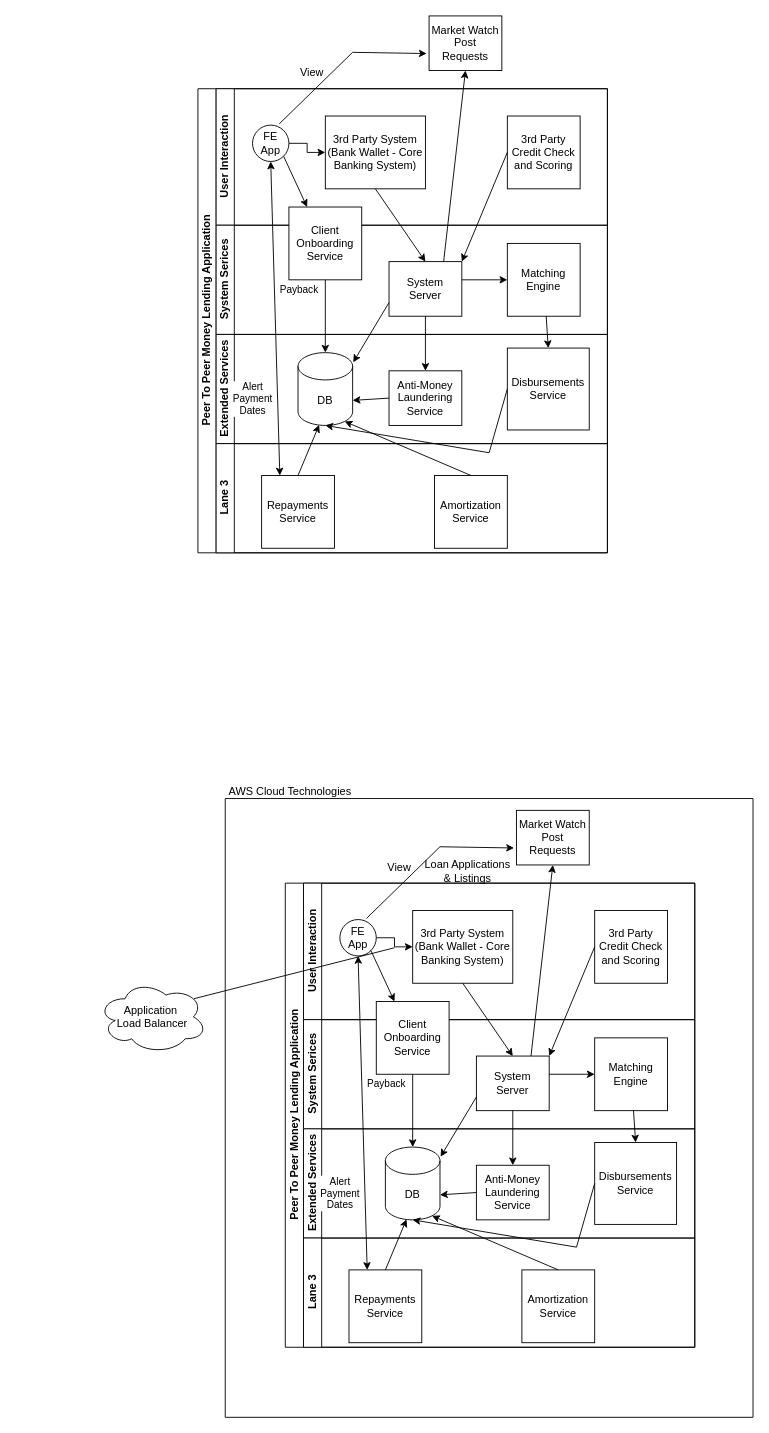
Earlier version of the draw.io diagram src/P2P.drawio (marlonmilesmg/maven-marlon). Source tidied: cells renumbered, new cells numbered last; positions are measured from the earlier drawing's top-left corner, leaving out a move shared by most shapes. Both pictures are drawn from the tidied source at 91%, with x=0, y=0 at pixel (97, 15).
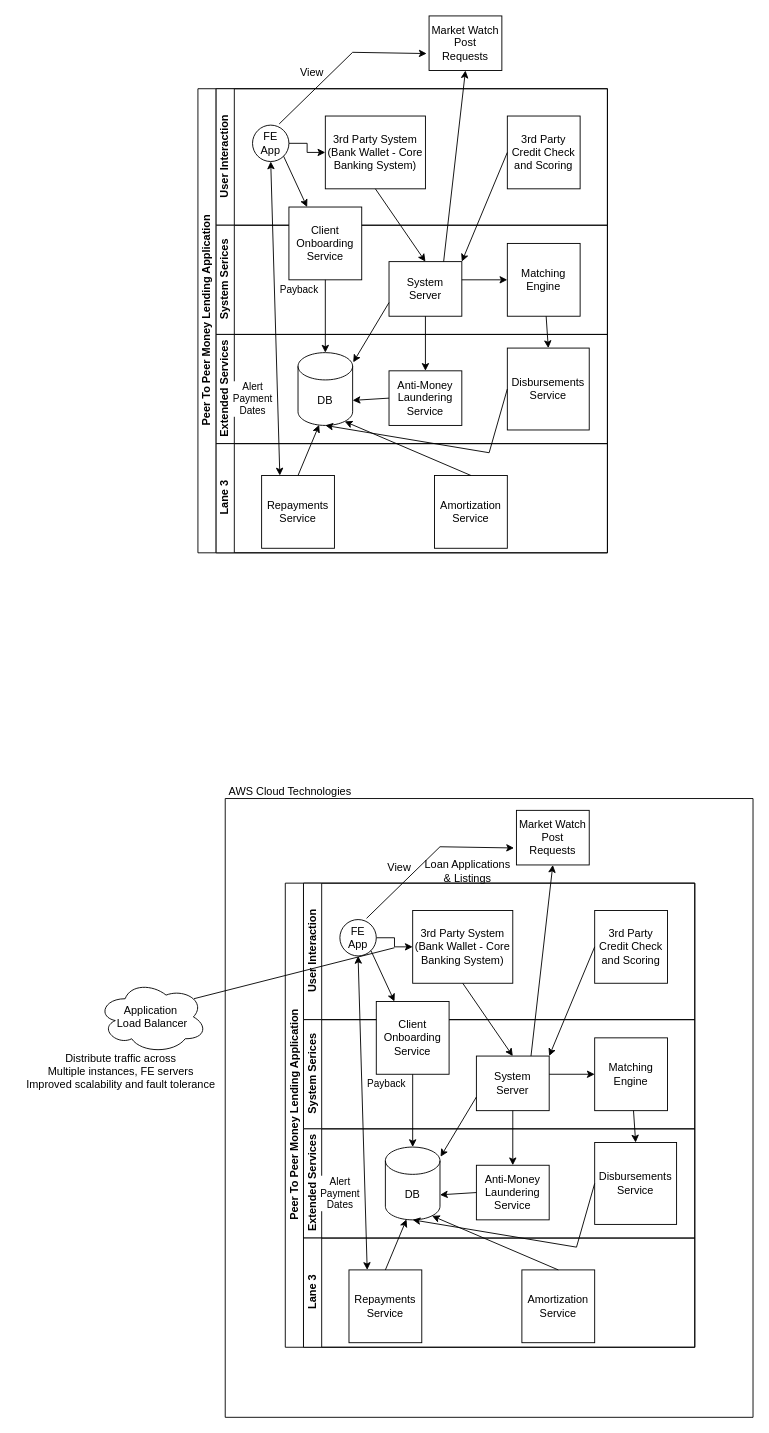
The same page after the edit.

What changed in the source:
```diff
@@
+    <mxCell id="79" value="Distribute traffic across&lt;br&gt;Multiple instances, FE servers&lt;br&gt;Improved scalability and fault tolerance" style="text;html=1;align=center;verticalAlign=middle;strokeColor=none;fillColor=none;" parent="1" vertex="1">
+      <mxGeometry x="-90" y="1130" width="230" height="60" as="geometry" />
+    </mxCell>
```
